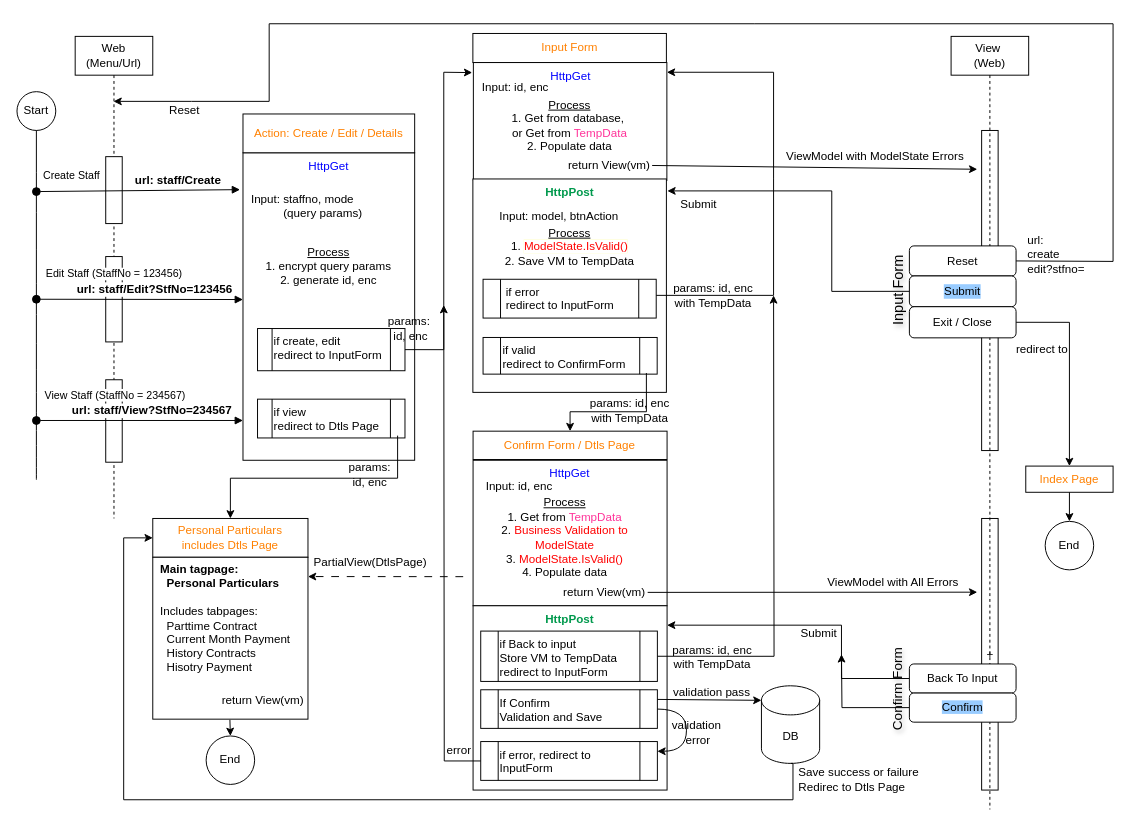
Earlier version of the draw.io diagram page "Input_Confirm_pages" (2 of 2) of StaffForm_workflow.drawio (mujianlo/hrpt_drawio). Source tidied: cells renumbered, new cells numbered last; positions are measured from the earlier drawing's top-left corner, leaving out a move shared by most shapes. Both pictures are drawn from the tidied source at 97%, with x=0, y=0 at pixel (16, 23).
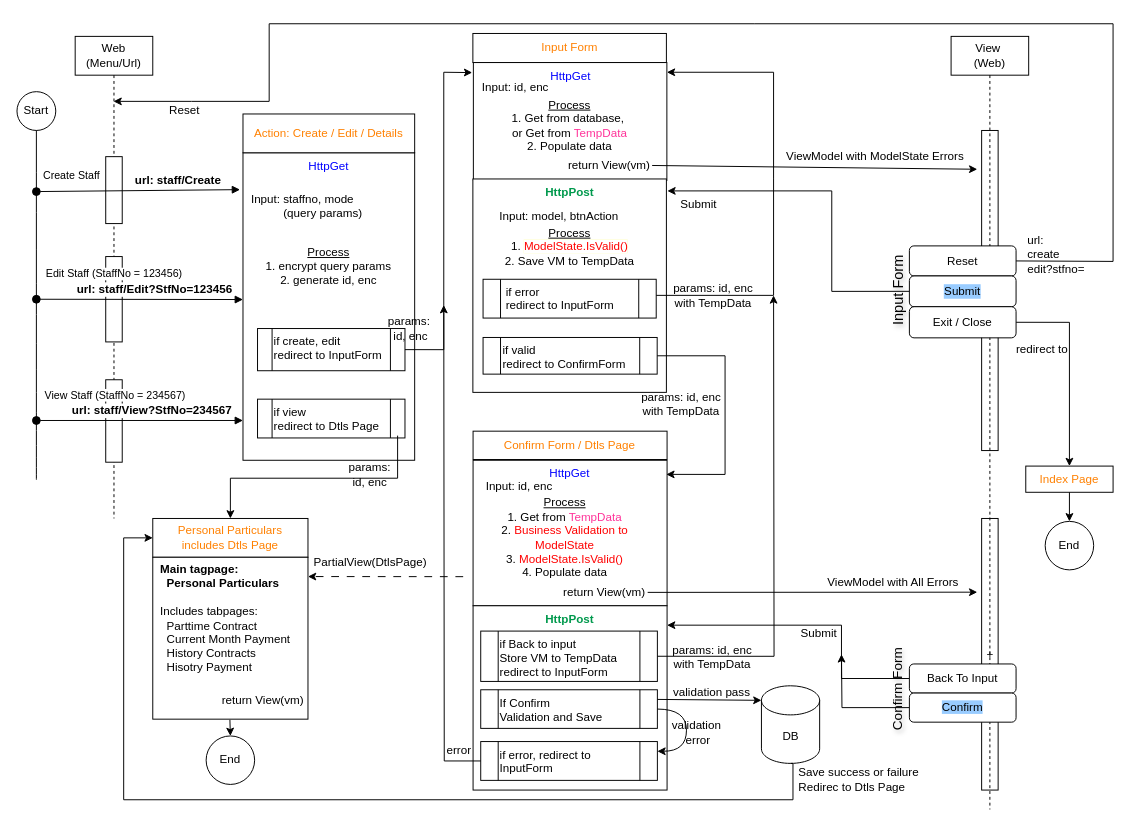
The same page after the edit.

Unchanged cells that the change refers to:
```xml
<mxCell id="65" value="HttpGet" style="rounded=0;whiteSpace=wrap;html=1;align=center;verticalAlign=top;fontColor=#0000FF;fontStyle=0;" parent="64" vertex="1">
  <mxGeometry y="30" width="200" height="150" as="geometry" />
</mxCell>
<mxCell id="73" value="&lt;div&gt;Confirm Form / Dtls Page&lt;/div&gt;" style="rounded=0;whiteSpace=wrap;html=1;fontColor=#FF8000;" parent="64" vertex="1">
  <mxGeometry width="200" height="29.2" as="geometry" />
</mxCell>
<mxCell id="85" value="&lt;div&gt;if valid&lt;/div&gt;&lt;div&gt;redirect to ConfirmForm&lt;/div&gt;" style="shape=process;whiteSpace=wrap;html=1;backgroundOutline=1;verticalAlign=top;align=left;" parent="1" vertex="1">
  <mxGeometry x="480.5" y="323.4" width="179.5" height="37.8" as="geometry" />
</mxCell>
```

What changed in the source:
```diff
@@
-    <mxCell id="87" style="endArrow=classic;html=1;rounded=0;exitX=0.938;exitY=0.97;exitDx=0;exitDy=0;entryX=0.5;entryY=0;entryDx=0;entryDy=0;exitPerimeter=0;edgeStyle=orthogonalEdgeStyle;" parent="1" edge="1" source="85" target="73">
+    <mxCell id="87" style="endArrow=classic;html=1;rounded=0;exitX=1;exitY=0.5;exitDx=0;exitDy=0;edgeStyle=orthogonalEdgeStyle;entryX=0.996;entryY=0.097;entryDx=0;entryDy=0;entryPerimeter=0;" parent="1" edge="1" source="85" target="65">
       <mxGeometry relative="1" as="geometry">
         <Array as="points">
-          <mxPoint x="649" y="400" />
-          <mxPoint x="570" y="400" />
+          <mxPoint x="730" y="342" />
+          <mxPoint x="730" y="465" />
         </Array>
       </mxGeometry>
     </mxCell>
@@
     <mxCell id="91" value="params: id, enc with TempData" style="text;html=1;whiteSpace=wrap;strokeColor=none;fillColor=none;align=center;verticalAlign=middle;rounded=0;" parent="1" vertex="1">
-      <mxGeometry x="582" y="378.5" width="100" height="40" as="geometry" />
+      <mxGeometry x="634.5" y="372" width="100" height="40" as="geometry" />
     </mxCell>
```
